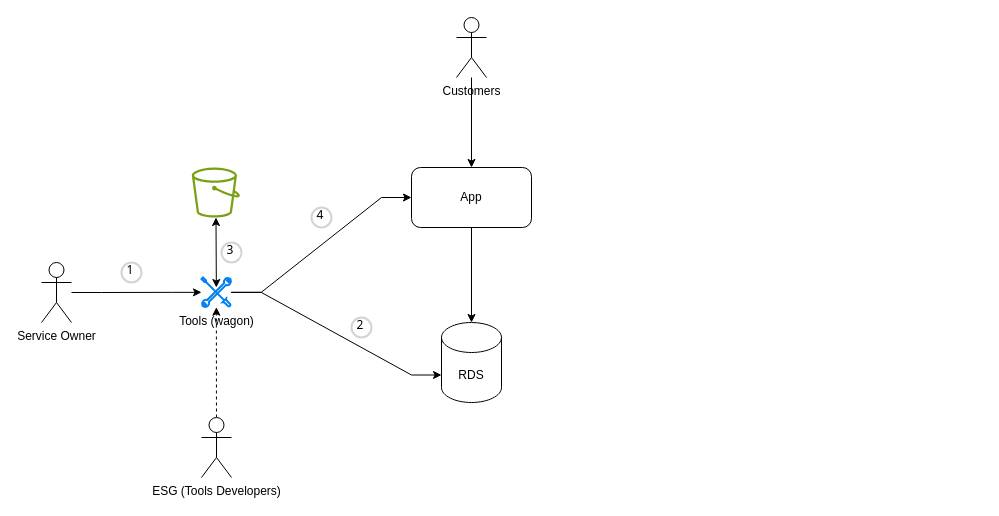
Earlier version of the draw.io diagram common db.drawio (jiangtao7/draw.io). Source tidied: cells renumbered, new cells numbered last; positions are measured from the earlier drawing's top-left corner, leaving out a move shared by most shapes. Both pictures are drawn from the tidied source at 100%, with x=0, y=0 at pixel (41, 17).
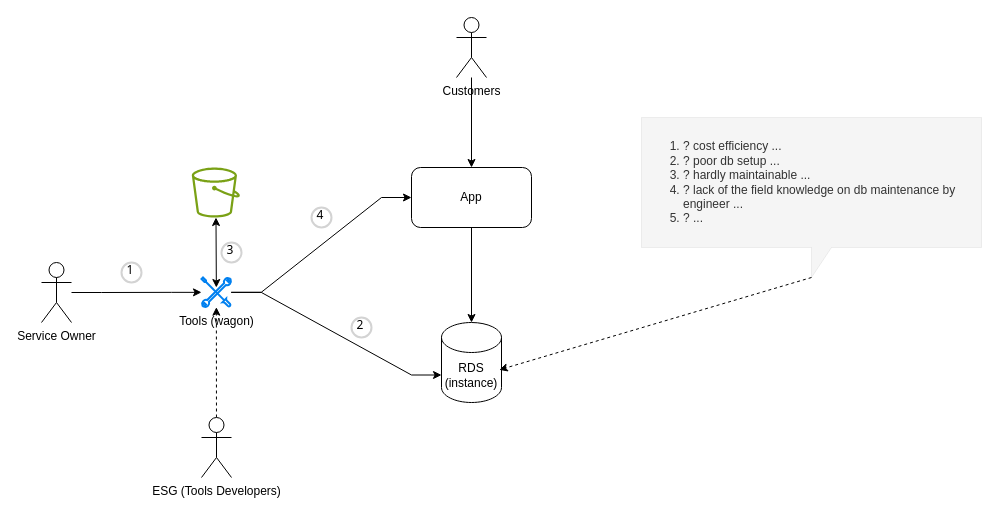
The same page after the edit.

What changed in the source:
```diff
@@
-    <mxCell id="4" value="RDS" style="shape=cylinder3;whiteSpace=wrap;html=1;boundedLbl=1;backgroundOutline=1;size=15;" parent="1" vertex="1">
+    <mxCell id="4" value="RDS&lt;br&gt;(instance)" style="shape=cylinder3;whiteSpace=wrap;html=1;boundedLbl=1;backgroundOutline=1;size=15;" parent="1" vertex="1">
       <mxGeometry x="400" y="305" width="60" height="80" as="geometry" />
     </mxCell>
@@
+    <mxCell id="20" value="&lt;ol&gt;&lt;li&gt;? cost efficiency ...&lt;/li&gt;&lt;li&gt;? poor db setup ...&amp;nbsp;&lt;/li&gt;&lt;li&gt;? hardly maintainable ...&lt;/li&gt;&lt;li&gt;? lack of the field knowledge on db maintenance by engineer ...&lt;/li&gt;&lt;li&gt;? ...&lt;/li&gt;&lt;/ol&gt;" style="shape=callout;whiteSpace=wrap;html=1;perimeter=calloutPerimeter;align=left;dashed=1;strokeWidth=0;fillColor=#f5f5f5;fontColor=#333333;strokeColor=#666666;" parent="1" vertex="1">
+      <mxGeometry x="600" y="100" width="340" height="160" as="geometry" />
+    </mxCell>
+    <mxCell id="21" style="edgeStyle=none;rounded=0;jettySize=auto;html=1;entryX=0.963;entryY=0.592;entryDx=0;entryDy=0;entryPerimeter=0;exitX=0;exitY=0;exitDx=170;exitDy=160;exitPerimeter=0;dashed=1;" parent="1" edge="1" source="20" target="4">
+      <mxGeometry relative="1" as="geometry" />
+    </mxCell>
```
